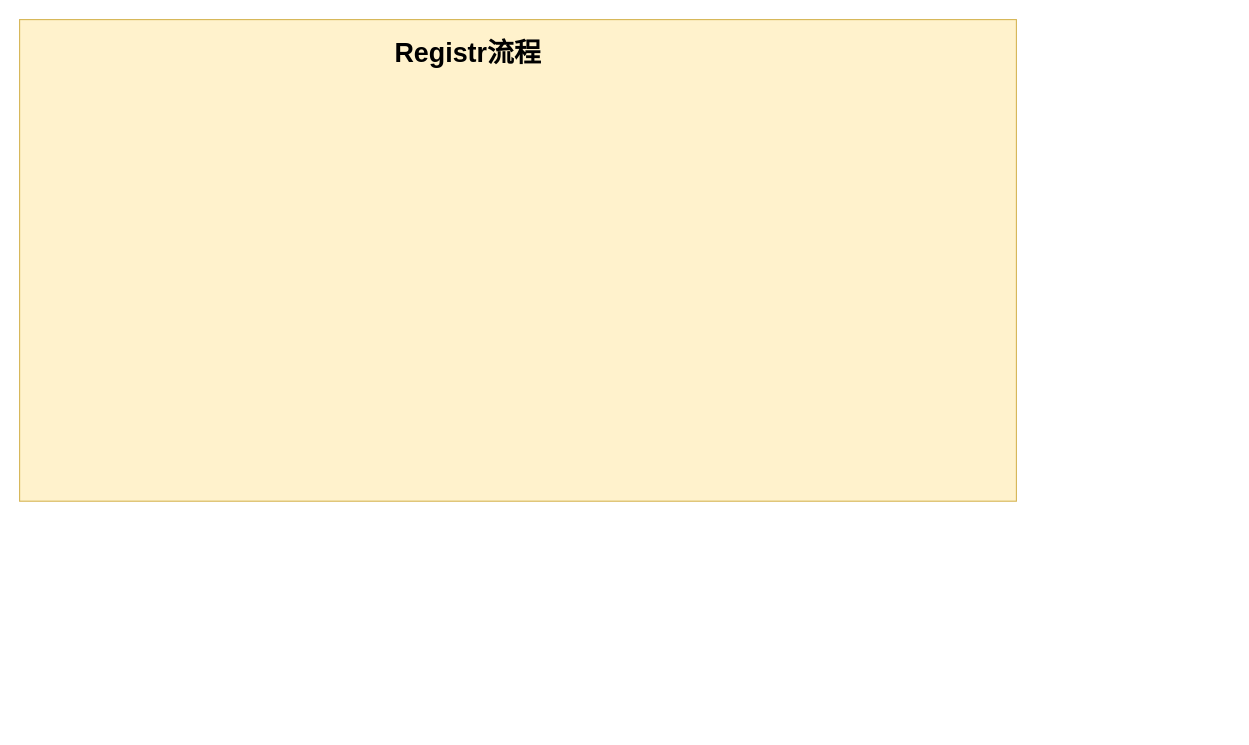
The draw.io diagram go-zero-12306.drawio in Kiritoabc/drawio, before the edit. Source tidied: cells renumbered, new cells numbered last; positions are measured from the earlier drawing's top-left corner, leaving out a move shared by most shapes. Both pictures are drawn from the tidied source at 112%, with x=0, y=0 at pixel (19, 19).
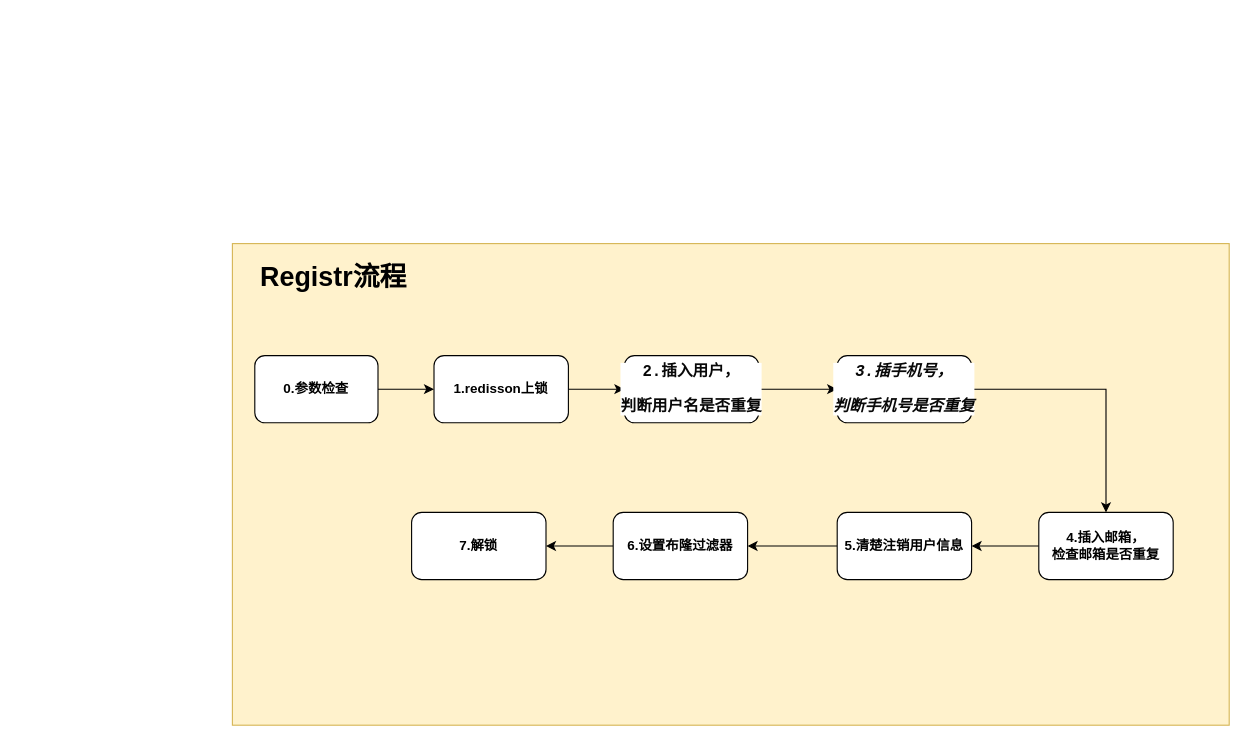
Above is the later version.

The edit, as a diff of the source:
```diff
@@
 <mxGraphModel>
   <root>
     <mxCell id="0" />
     <mxCell id="1" parent="0" />
-    <mxCell id="2" style="rounded=0;whiteSpace=wrap;html=1;fillColor=#fff2cc;strokeColor=#d6b656;" parent="1" vertex="1">
-      <mxGeometry width="890" height="430" as="geometry" />
+    <mxCell id="2" style="rounded=0;whiteSpace=wrap;html=1;fillColor=#fff2cc;strokeColor=#d6b656;fontStyle=1;" parent="1" vertex="1">
+      <mxGeometry x="190" y="200" width="890" height="430" as="geometry" />
     </mxCell>
     <mxCell id="3" value="Registr流程" style="text;strokeColor=none;fillColor=none;html=1;fontSize=24;fontStyle=1;verticalAlign=middle;align=center;" parent="1" vertex="1">
-      <mxGeometry x="350" y="10" width="100" height="40" as="geometry" />
+      <mxGeometry x="230" y="210" width="100" height="40" as="geometry" />
     </mxCell>
+    <mxCell id="4" style="edgeStyle=orthogonalEdgeStyle;rounded=0;jettySize=auto;html=1;fontStyle=1;" parent="1" edge="1" source="5" target="7">
+      <mxGeometry relative="1" as="geometry" />
+    </mxCell>
+    <mxCell id="5" value="&lt;span&gt;0.参数检查&lt;/span&gt;" style="rounded=1;whiteSpace=wrap;html=1;fontStyle=1;" parent="1" vertex="1">
+      <mxGeometry x="210" y="300" width="110" height="60" as="geometry" />
+    </mxCell>
+    <mxCell id="6" style="edgeStyle=orthogonalEdgeStyle;rounded=0;jettySize=auto;html=1;fontStyle=1;" parent="1" edge="1" source="7" target="9">
+      <mxGeometry relative="1" as="geometry" />
+    </mxCell>
+    <mxCell id="7" value="1.redisson上锁" style="rounded=1;whiteSpace=wrap;html=1;fontStyle=1;" parent="1" vertex="1">
+      <mxGeometry x="370" y="300" width="120" height="60" as="geometry" />
+    </mxCell>
+    <mxCell id="8" style="edgeStyle=orthogonalEdgeStyle;rounded=0;jettySize=auto;html=1;" parent="1" edge="1" source="9" target="11">
+      <mxGeometry relative="1" as="geometry" />
+    </mxCell>
+    <mxCell id="9" value="&lt;div style=&quot;background-color: rgb(255, 255, 255);&quot;&gt;&lt;pre style=&quot;font-family: &amp;quot;JetBrains Mono&amp;quot;, monospace; font-size: 10.5pt;&quot;&gt;&lt;font color=&quot;#080808&quot;&gt;2.插入用户，&lt;/font&gt;&lt;/pre&gt;&lt;pre style=&quot;font-family: &amp;quot;JetBrains Mono&amp;quot;, monospace; font-size: 10.5pt;&quot;&gt;&lt;font color=&quot;#080808&quot;&gt;判断用户名是否重复&lt;/font&gt;&lt;/pre&gt;&lt;/div&gt;" style="rounded=1;whiteSpace=wrap;html=1;fontStyle=1;" parent="1" vertex="1">
+      <mxGeometry x="540" y="300" width="120" height="60" as="geometry" />
+    </mxCell>
+    <mxCell id="10" style="edgeStyle=orthogonalEdgeStyle;rounded=0;jettySize=auto;html=1;" parent="1" edge="1" source="11" target="13">
+      <mxGeometry relative="1" as="geometry" />
+    </mxCell>
+    <mxCell id="11" value="&lt;div style=&quot;background-color: rgb(255, 255, 255);&quot;&gt;&lt;pre style=&quot;font-family: &amp;quot;JetBrains Mono&amp;quot;, monospace; font-size: 10.5pt;&quot;&gt;&lt;font color=&quot;#080808&quot;&gt;&lt;i&gt;3.插手机号，&lt;/i&gt;&lt;/font&gt;&lt;/pre&gt;&lt;pre style=&quot;font-family: &amp;quot;JetBrains Mono&amp;quot;, monospace; font-size: 10.5pt;&quot;&gt;&lt;font color=&quot;#080808&quot;&gt;&lt;i&gt;判断手机号是否重复&lt;/i&gt;&lt;/font&gt;&lt;/pre&gt;&lt;/div&gt;" style="whiteSpace=wrap;html=1;rounded=1;fontStyle=1;" parent="1" vertex="1">
+      <mxGeometry x="730" y="300" width="120" height="60" as="geometry" />
+    </mxCell>
+    <mxCell id="12" style="edgeStyle=orthogonalEdgeStyle;rounded=0;jettySize=auto;html=1;" parent="1" edge="1" source="13" target="15">
+      <mxGeometry relative="1" as="geometry" />
+    </mxCell>
+    <mxCell id="13" value="4.插入邮箱，&lt;br&gt;检查邮箱是否重复" style="whiteSpace=wrap;html=1;rounded=1;fontStyle=1;" parent="1" vertex="1">
+      <mxGeometry x="910" y="440" width="120" height="60" as="geometry" />
+    </mxCell>
+    <mxCell id="14" style="edgeStyle=orthogonalEdgeStyle;rounded=0;jettySize=auto;html=1;" parent="1" edge="1" source="15" target="17">
+      <mxGeometry relative="1" as="geometry" />
+    </mxCell>
+    <mxCell id="15" value="5.清楚注销用户信息" style="whiteSpace=wrap;html=1;rounded=1;fontStyle=1;" parent="1" vertex="1">
+      <mxGeometry x="730" y="440" width="120" height="60" as="geometry" />
+    </mxCell>
+    <mxCell id="16" style="edgeStyle=orthogonalEdgeStyle;rounded=0;jettySize=auto;html=1;" parent="1" edge="1" source="17" target="18">
+      <mxGeometry relative="1" as="geometry" />
+    </mxCell>
+    <mxCell id="17" value="6.设置布隆过滤器" style="whiteSpace=wrap;html=1;rounded=1;fontStyle=1;" parent="1" vertex="1">
+      <mxGeometry x="530" y="440" width="120" height="60" as="geometry" />
+    </mxCell>
+    <mxCell id="18" value="7.解锁" style="whiteSpace=wrap;html=1;rounded=1;fontStyle=1;" parent="1" vertex="1">
+      <mxGeometry x="350" y="440" width="120" height="60" as="geometry" />
+    </mxCell>
   </root>
 </mxGraphModel>
```
